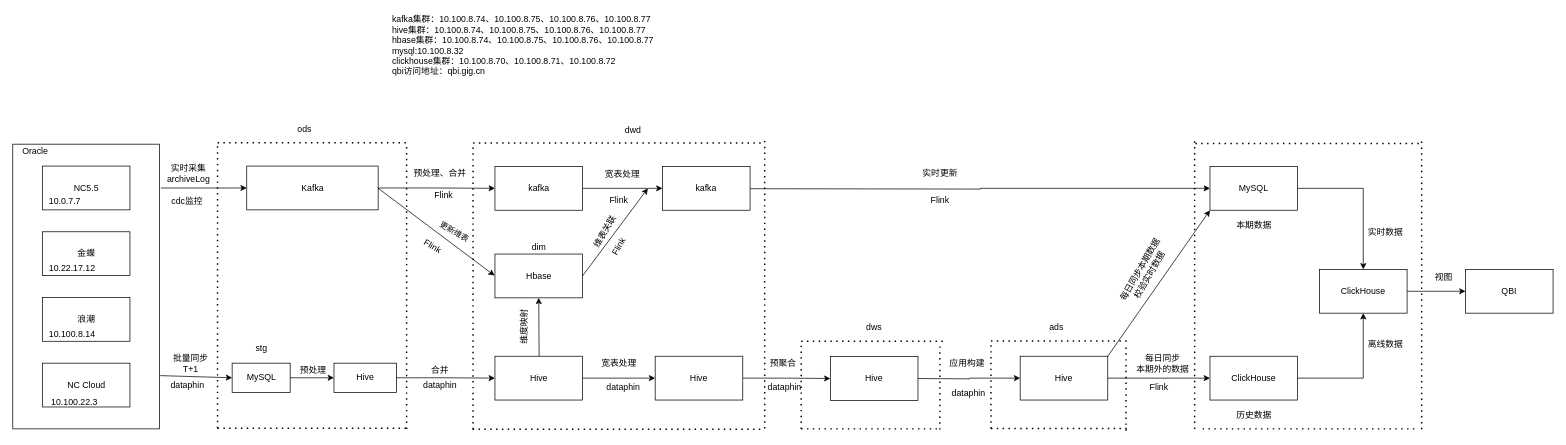
Earlier version of the draw.io diagram Untitled Diagram.drawio (LWping/diagrams). Source tidied: cells renumbered, new cells numbered last; positions are measured from the earlier drawing's top-left corner, leaving out a move shared by most shapes. Both pictures are drawn from the tidied source at 73%, with x=0, y=0 at pixel (12, 12).
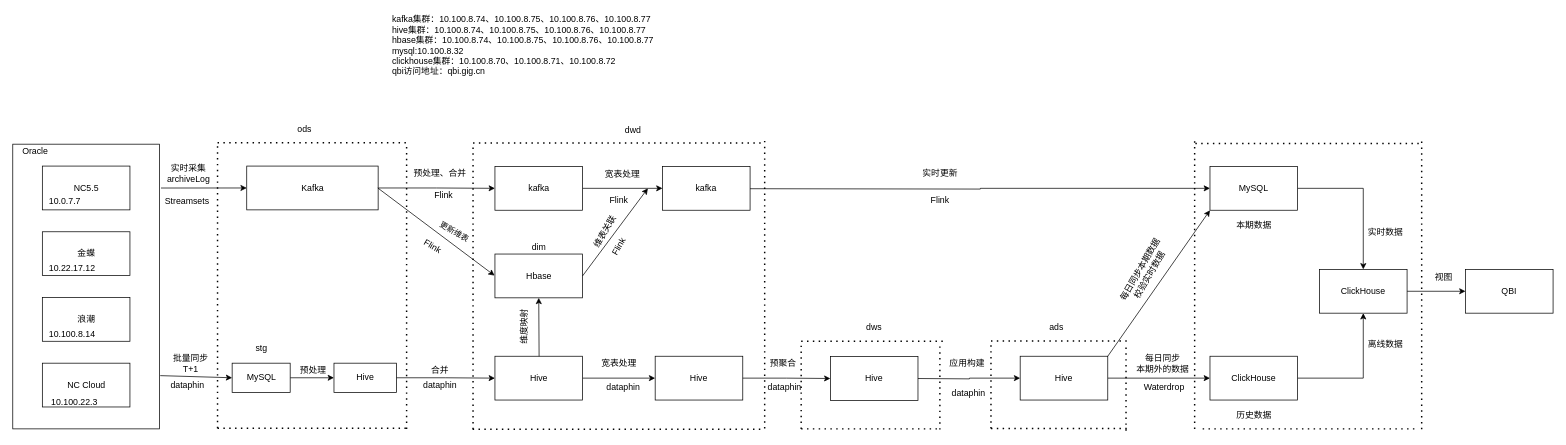
Above is the later version.

What changed in the source:
```diff
@@
-    <mxCell id="22" value="cdc监控" style="text;html=1;strokeColor=none;fillColor=none;align=center;verticalAlign=middle;whiteSpace=wrap;rounded=0;textDirection=ltr;" parent="1" vertex="1">
+    <mxCell id="22" value="Streamsets" style="text;html=1;strokeColor=none;fillColor=none;align=center;verticalAlign=middle;whiteSpace=wrap;rounded=0;textDirection=ltr;" parent="1" vertex="1">
       <mxGeometry x="213.5" y="246" width="50" height="23" as="geometry" />
     </mxCell>
@@
-    <mxCell id="91" value="Flink" style="text;html=1;align=center;verticalAlign=middle;textDirection=ltr;" parent="1" vertex="1">
-      <mxGeometry x="1550" y="502.5" width="40" height="20" as="geometry" />
+    <mxCell id="91" value="Waterdrop" style="text;html=1;align=center;verticalAlign=middle;textDirection=ltr;" parent="1" vertex="1">
+      <mxGeometry x="1542" y="502.5" width="70" height="20" as="geometry" />
     </mxCell>
```
